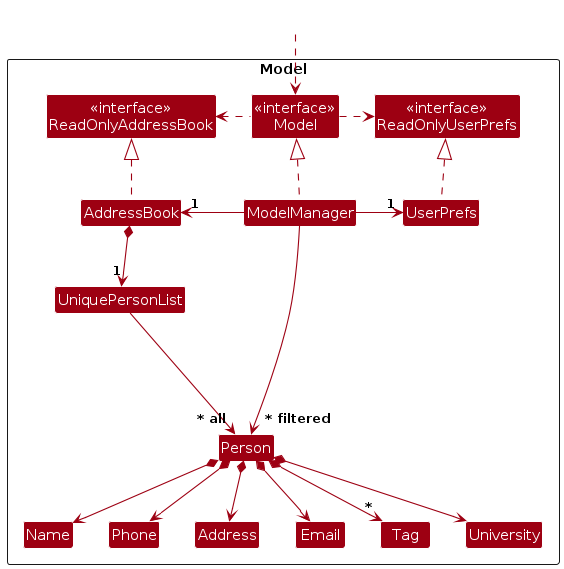
Earlier version of the PlantUML export diagrams/ModelClassDiagram.png (verakohh/tp). Its source is kept beside it as diagrams/ModelClassDiagram.puml.
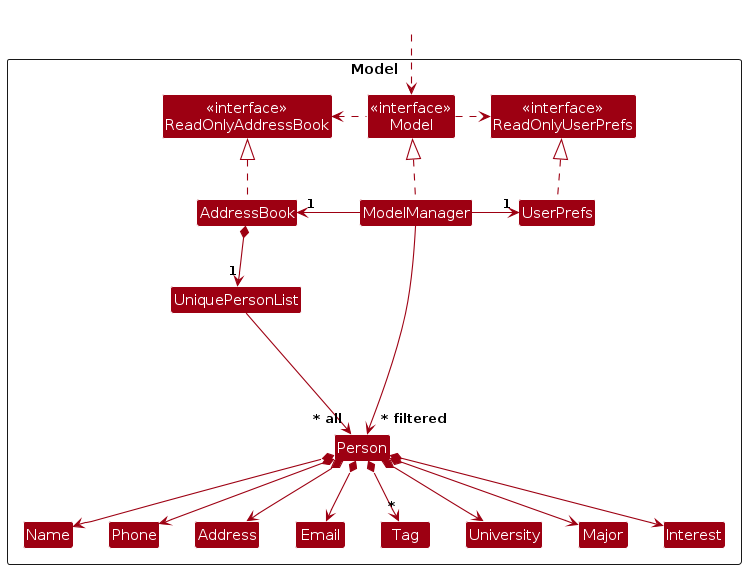
Above is the later version.

Change to the diagram source:
```diff
@@ -20,7 +20,8 @@
   Class Phone
   Class Tag
   Class University
-
+  Class Major
+  Class Interest
   Class I #FFFFFF
 }
 
@@ -44,6 +45,8 @@
 Person *--> Address
 Person *--> "*" Tag
 Person *--> University
+Person *--> Major
+Person *--> Interest
 
 Person -[hidden]up--> I
 UniquePersonList -[hidden]right-> I
```
